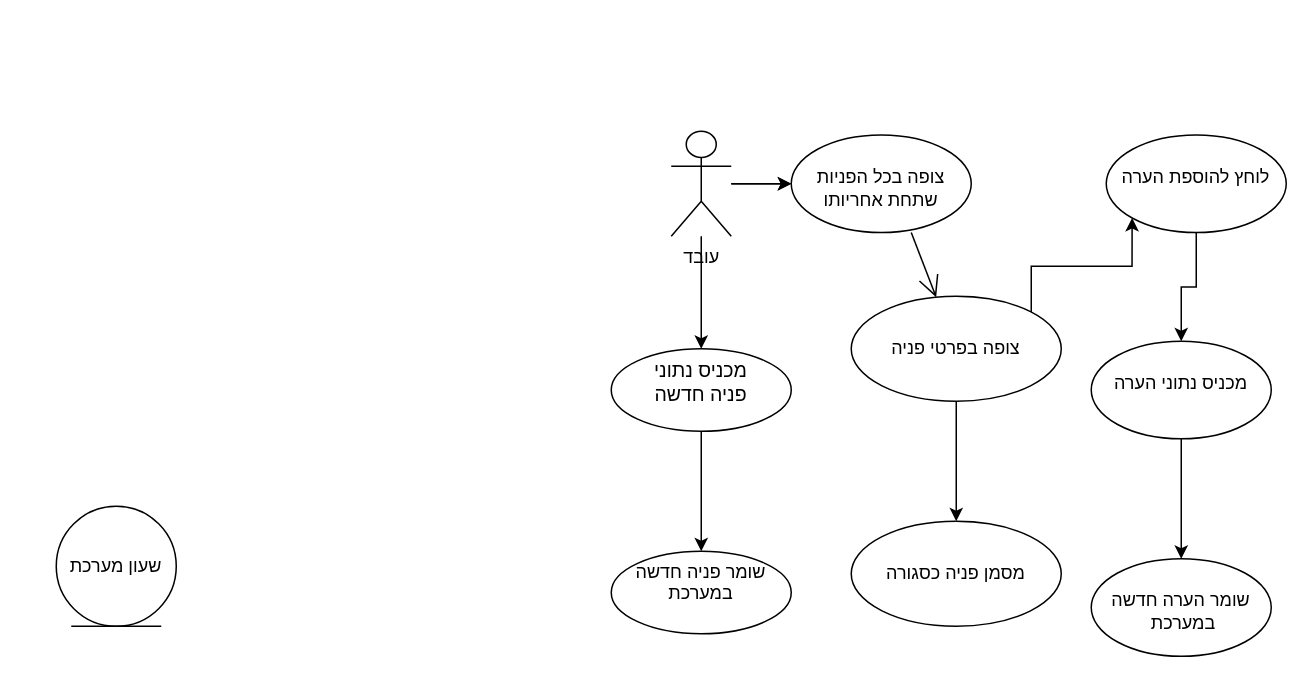
Earlier version of the draw.io diagram Untitled Diagram.drawio (yehuditrubinstein/Full-Satck-Project). Source tidied: cells renumbered, new cells numbered last; positions are measured from the earlier drawing's top-left corner, leaving out a move shared by most shapes. Both pictures are drawn from the tidied source at 150%, with x=0, y=0 at pixel (56, 130).
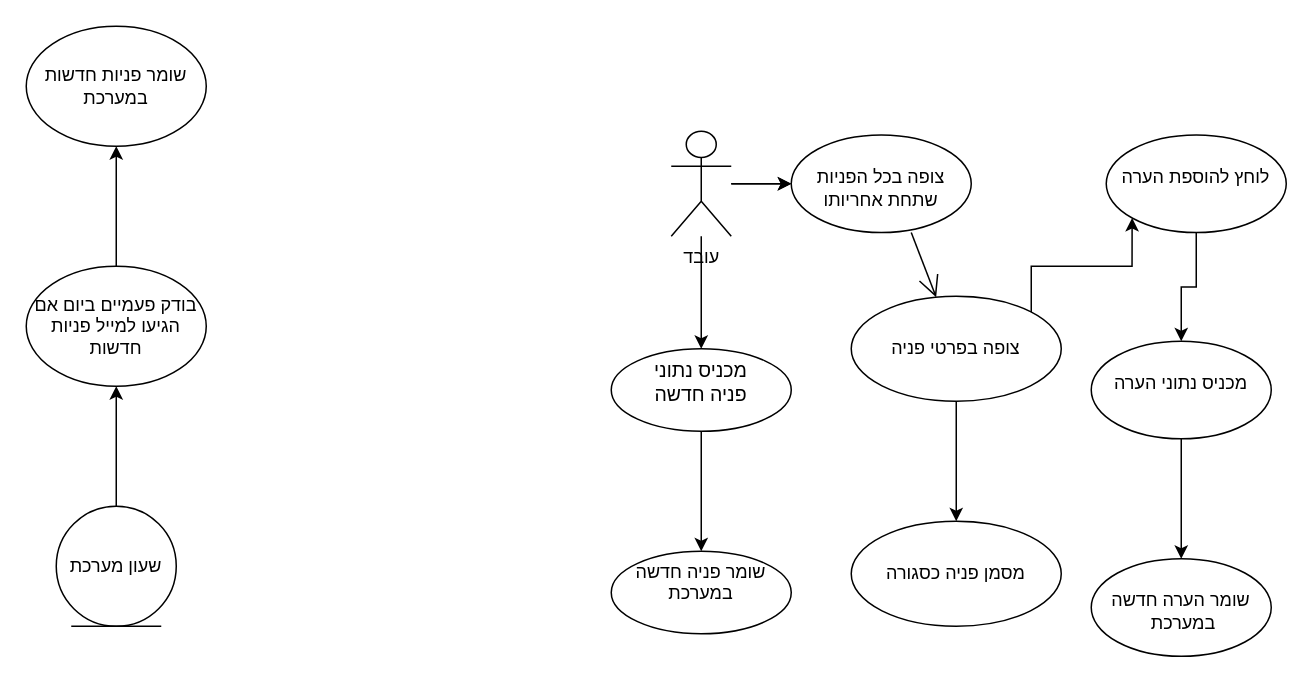
The same page after the edit.

The change refers to these unchanged cells:
```xml
<mxCell id="15" value="שעון מערכת" style="ellipse;shape=umlEntity;whiteSpace=wrap;html=1;" parent="1" vertex="1">
  <mxGeometry y="250" width="80" height="80" as="geometry" />
</mxCell>
```

Diff of the diagram source:
```diff
@@
+    <mxCell id="21" style="edgeStyle=orthogonalEdgeStyle;rounded=0;jettySize=auto;html=1;" parent="1" edge="1" source="15" target="23">
+      <mxGeometry relative="1" as="geometry" />
+    </mxCell>
@@
+    <mxCell id="22" style="edgeStyle=orthogonalEdgeStyle;rounded=0;jettySize=auto;html=1;" parent="1" edge="1" source="23" target="24">
+      <mxGeometry relative="1" as="geometry" />
+    </mxCell>
+    <mxCell id="23" value="בודק פעמיים ביום אם הגיעו למייל פניות חדשות" style="ellipse;whiteSpace=wrap;html=1;" parent="1" vertex="1">
+      <mxGeometry x="-20" y="90" width="120" height="80" as="geometry" />
+    </mxCell>
+    <mxCell id="24" value="שומר פניות חדשות במערכת" style="ellipse;whiteSpace=wrap;html=1;" parent="1" vertex="1">
+      <mxGeometry x="-20" y="-70" width="120" height="80" as="geometry" />
+    </mxCell>
```
